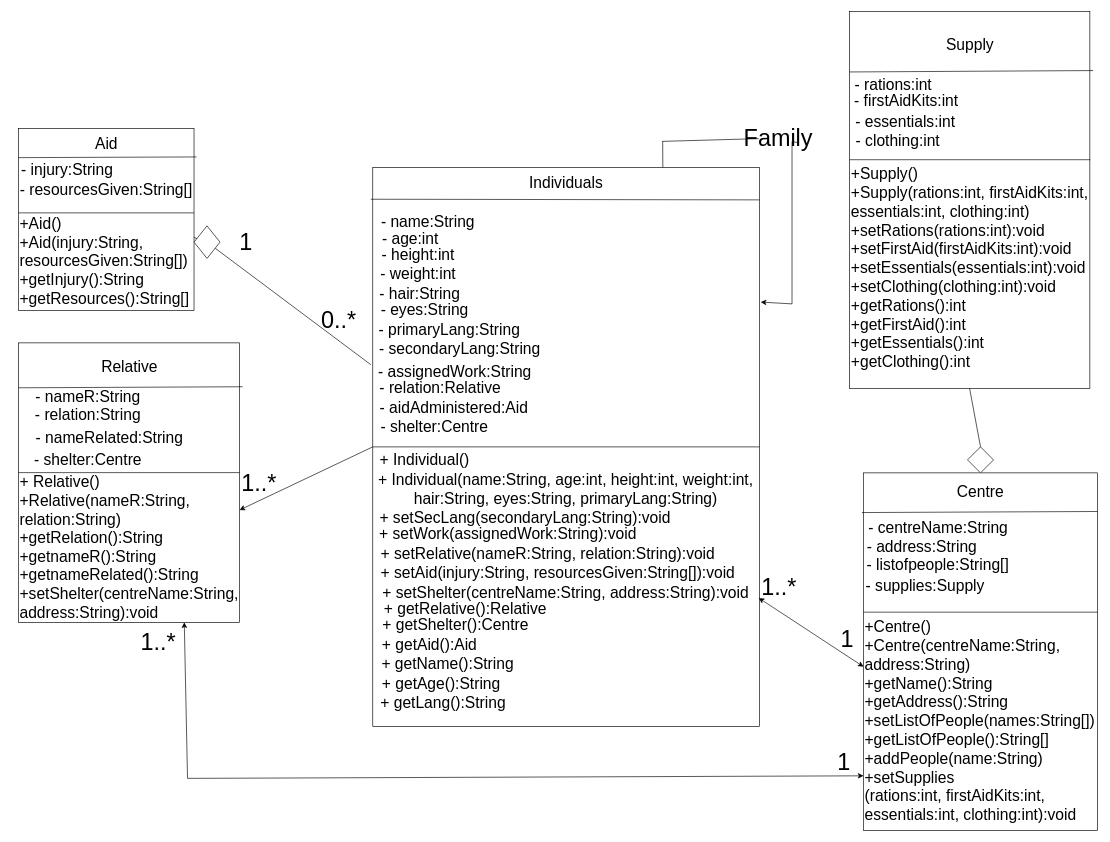
Hisada-VI/ENSF-380-assignments keeps this draw.io diagram as Group project 1/disaster_relief_system.drawio. Above is the earlier version. Source tidied: cells renumbered, new cells numbered last; positions are measured from the earlier drawing's top-left corner, leaving out a move shared by most shapes. Both pictures are drawn from the tidied source at 65%, with x=0, y=0 at pixel (11, 11).
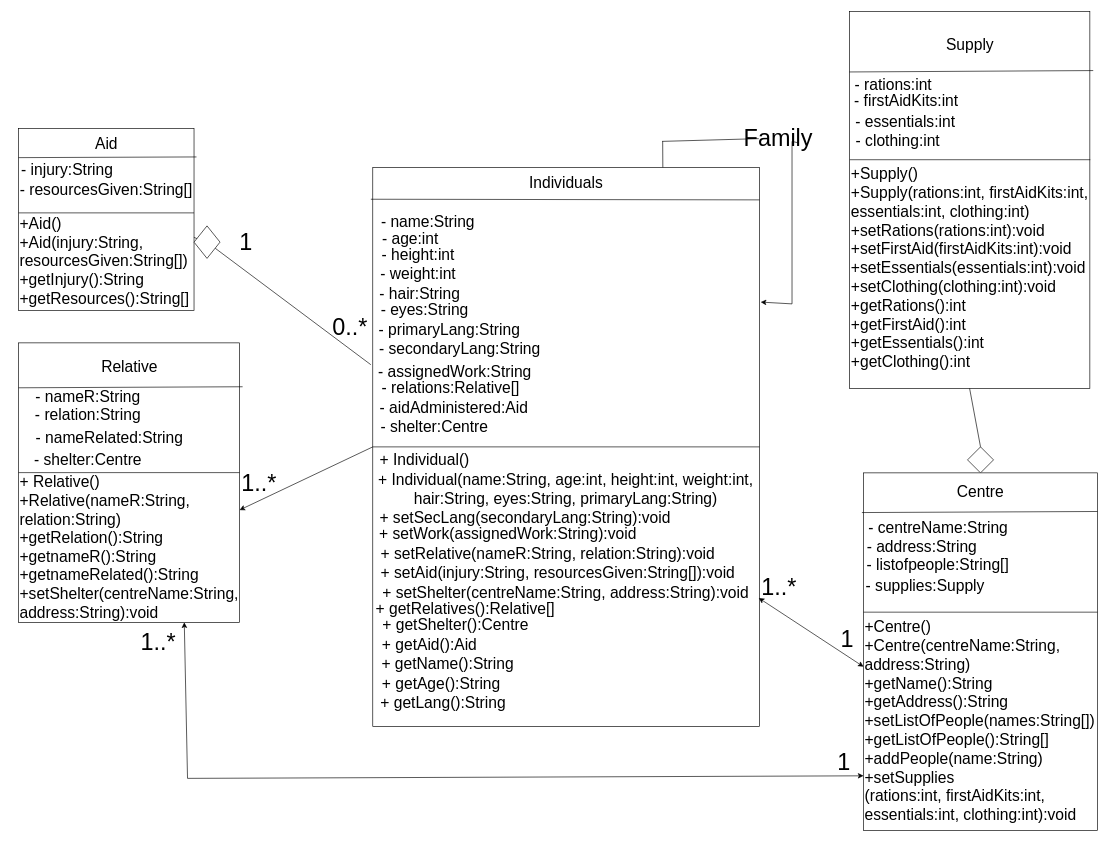
After the change.

Commit message (it also covers changes not shown here):
finished group project

The change refers to these unchanged cells:
```xml
<mxCell id="10" style="group;" parent="1" vertex="1">
  <mxGeometry x="531" y="240" width="643.8" height="860" as="geometry" />
</mxCell>
```

Change to the diagram source:
```diff
@@
-    <mxCell id="23" value="- relation:Relative" style="text;html=1;strokeColor=none;fillColor=none;align=center;verticalAlign=middle;whiteSpace=wrap;rounded=0;fontSize=24;" parent="10" vertex="1">
-      <mxGeometry y="330" width="257.5" height="20" as="geometry" />
+    <mxCell id="23" value="- relations:Relative[]" style="text;html=1;strokeColor=none;fillColor=none;align=center;verticalAlign=middle;whiteSpace=wrap;rounded=0;fontSize=24;" parent="10" vertex="1">
+      <mxGeometry x="16.2" y="330" width="257.5" height="20" as="geometry" />
     </mxCell>
@@
-    <mxCell id="34" value="+ getRelative():Relative" style="text;html=1;strokeColor=none;fillColor=none;align=center;verticalAlign=middle;whiteSpace=wrap;rounded=0;fontSize=24;" parent="10" vertex="1">
+    <mxCell id="34" value="+ getRelatives():Relative[]" style="text;html=1;strokeColor=none;fillColor=none;align=center;verticalAlign=middle;whiteSpace=wrap;rounded=0;fontSize=24;" parent="10" vertex="1">
       <mxGeometry x="25" y="660" width="285" height="40" as="geometry" />
     </mxCell>
@@
     <mxCell id="90" value="0..*" style="text;html=1;strokeColor=none;fillColor=none;align=center;verticalAlign=middle;whiteSpace=wrap;rounded=0;fontSize=36;" parent="1" vertex="1">
-      <mxGeometry x="473.5" y="460" width="60" height="30" as="geometry" />
+      <mxGeometry x="491" y="470" width="60" height="30" as="geometry" />
     </mxCell>
```
